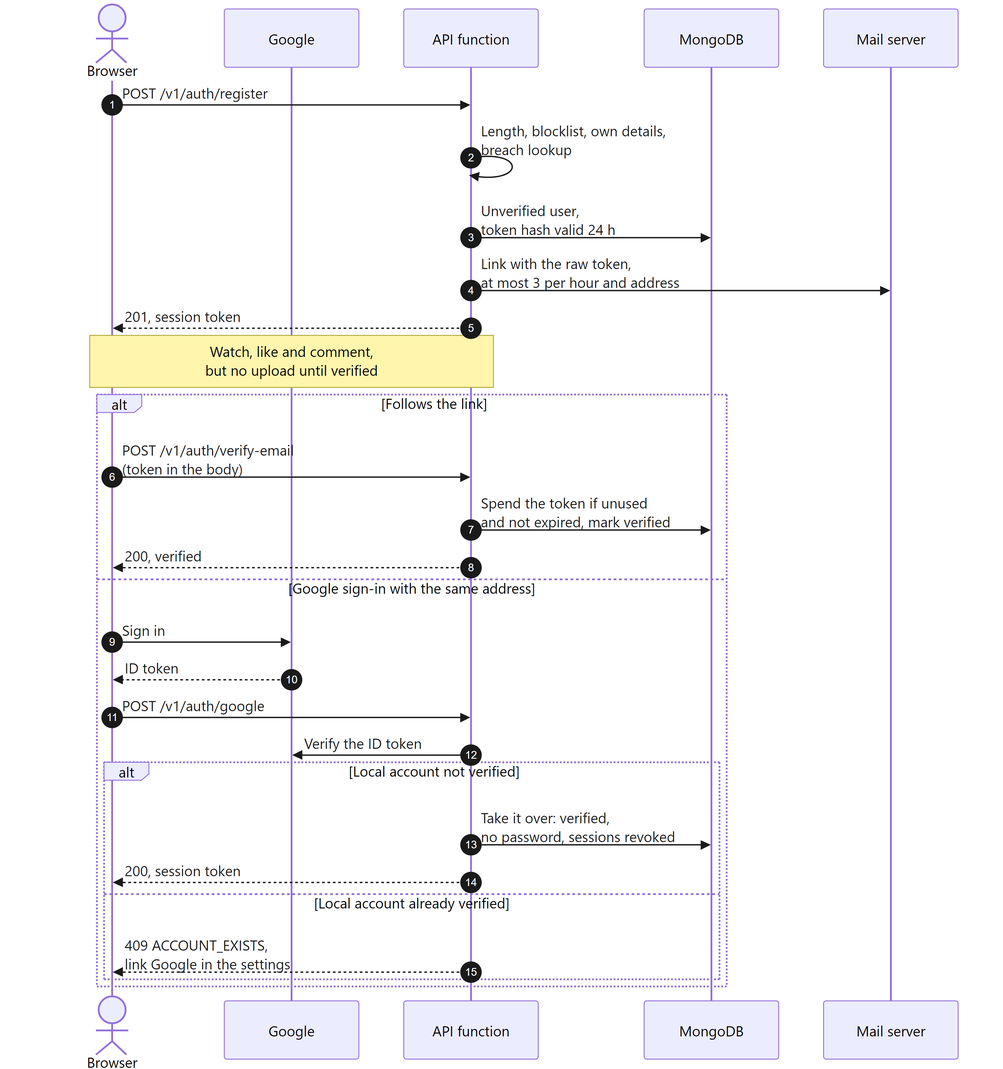
Before: report/images/18-verification-sequence.png, a diagram exported from Mermaid (DinhQuocCuong28664/DACNTT_VideoStreaming). Its source is kept beside it as docs/diagrams/src/18-verification-sequence.mmd.
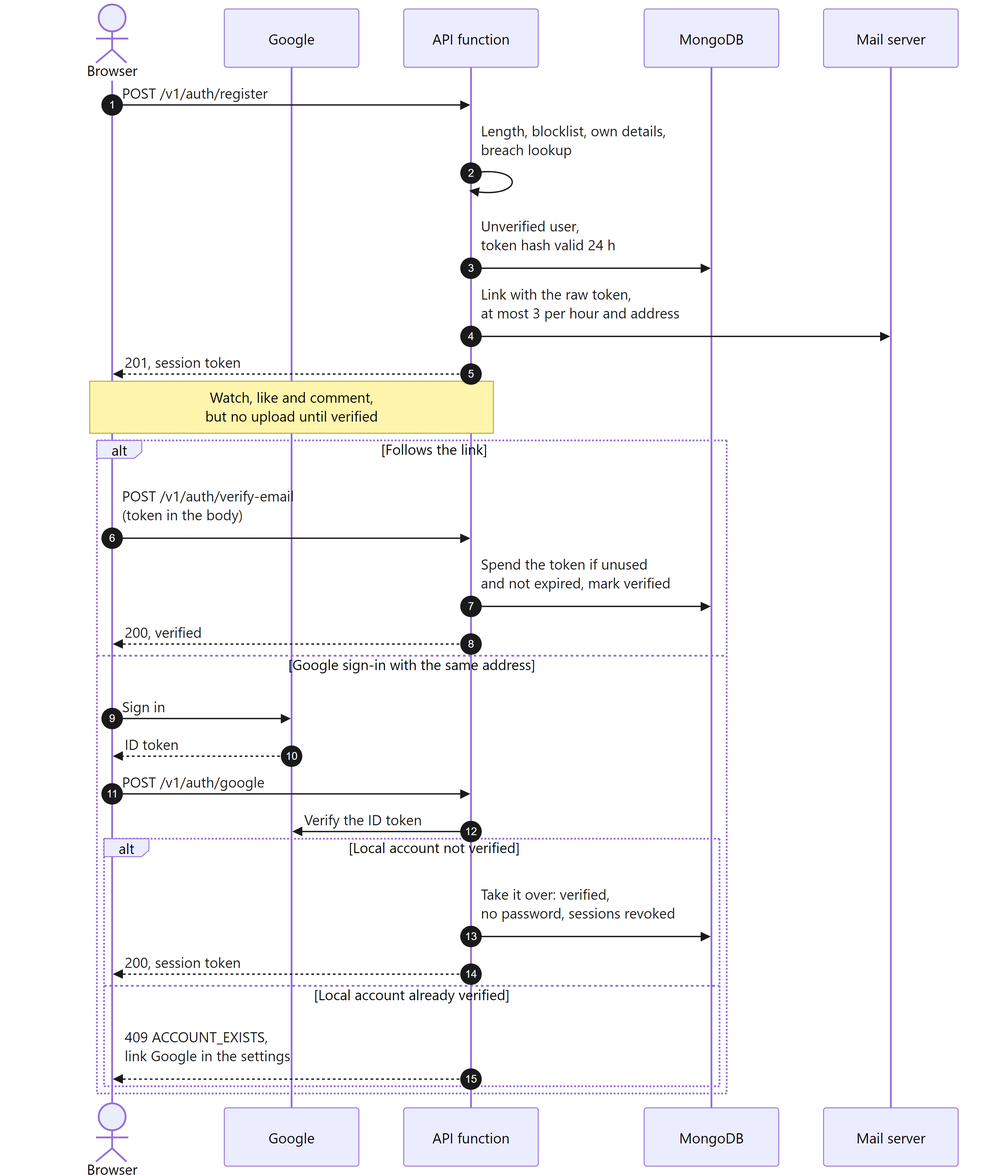
Later version of the same file.

Commit message:
docs(report): fix path breaks, ragged table columns and sequence label overlaps

Diff of the diagram source:
```diff
@@ -7,15 +7,15 @@
     participant Mail as Mail server
 
     User->>API: POST /v1/auth/register
-    API->>API: Length, blocklist, own details,<br/>breach lookup
-    API->>DB: Unverified user,<br/>token hash valid 24 h
-    API->>Mail: Link with the raw token,<br/>at most 3 per hour and address
+    API->>API: Length, blocklist, own details,<br/>breach lookup<br/>#nbsp;
+    API->>DB: Unverified user,<br/>token hash valid 24 h<br/>#nbsp;
+    API->>Mail: Link with the raw token,<br/>at most 3 per hour and address<br/>#nbsp;
     API-->>User: 201, session token
     Note over User,API: Watch, like and comment,<br/>but no upload until verified
 
     alt Follows the link
-        User->>API: POST /v1/auth/verify-email<br/>(token in the body)
-        API->>DB: Spend the token if unused<br/>and not expired, mark verified
+        User->>API: POST /v1/auth/verify-email<br/>(token in the body)<br/>#nbsp;
+        API->>DB: Spend the token if unused<br/>and not expired, mark verified<br/>#nbsp;
         API-->>User: 200, verified
     else Google sign-in with the same address
         User->>Google: Sign in
@@ -23,9 +23,9 @@
         User->>API: POST /v1/auth/google
         API->>Google: Verify the ID token
         alt Local account not verified
-            API->>DB: Take it over: verified,<br/>no password, sessions revoked
+            API->>DB: Take it over: verified,<br/>no password, sessions revoked<br/>#nbsp;
             API-->>User: 200, session token
         else Local account already verified
-            API-->>User: 409 ACCOUNT_EXISTS,<br/>link Google in the settings
+            API-->>User: 409 ACCOUNT_EXISTS,<br/>link Google in the settings<br/>#nbsp;
         end
     end
```
